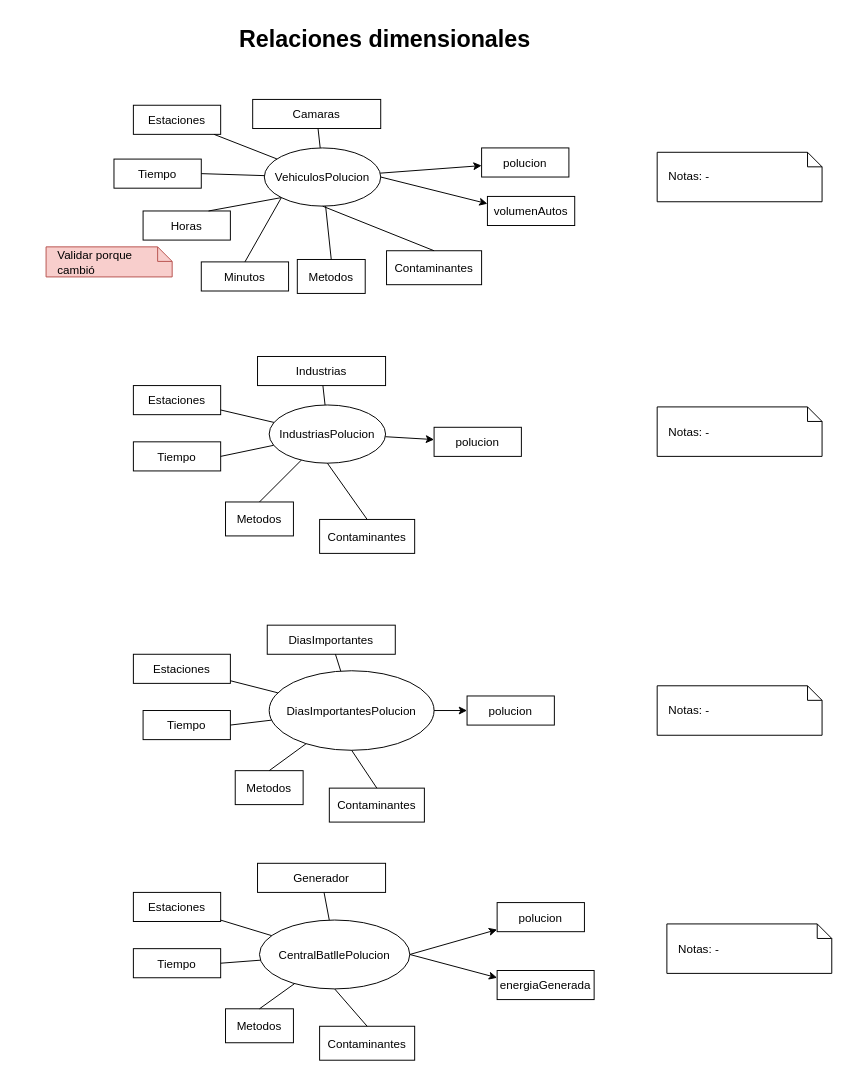
Before: 2. Diseño conceptual/Relaciones dimensionales.drawio.xml in gonzalomelov/dw-calidad-aire-docs, a draw.io diagram. Source tidied: cells renumbered, new cells numbered last; positions are measured from the earlier drawing's top-left corner, leaving out a move shared by most shapes. Both pictures are drawn from the tidied source at 97%, with x=0, y=0 at pixel (46, 16).
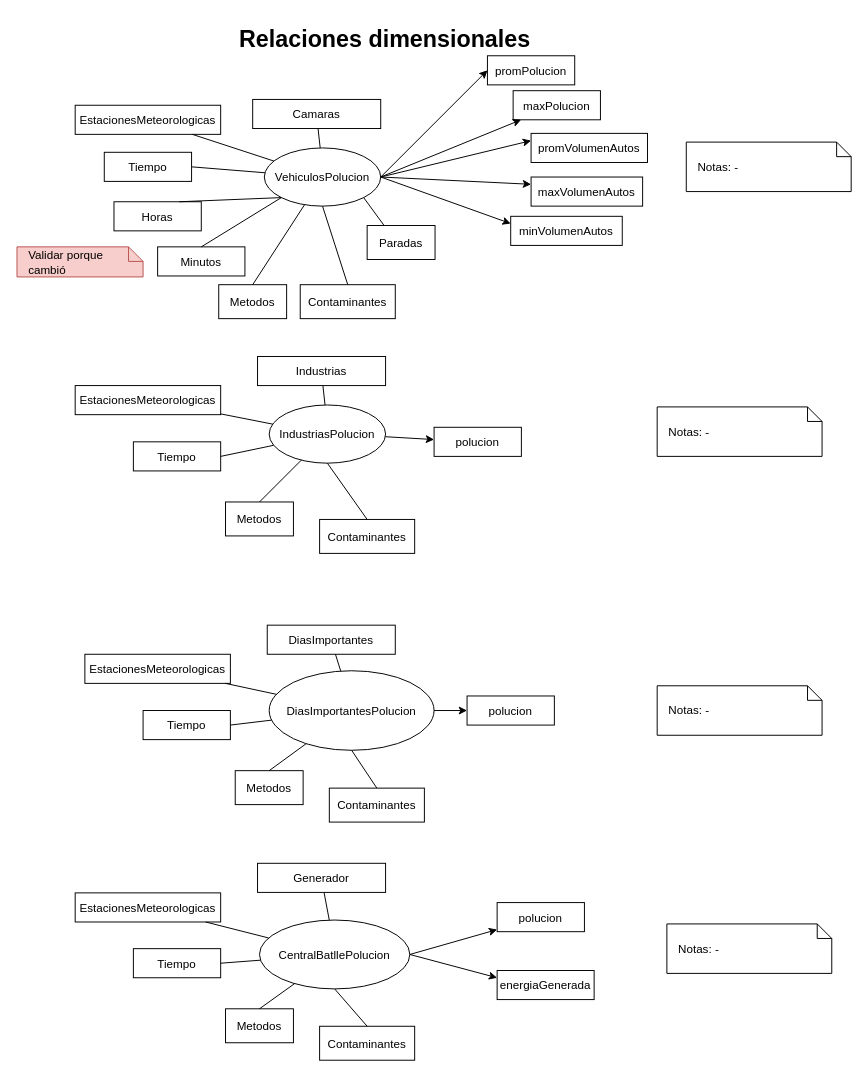
After the change.

The change refers to these unchanged cells:
```xml
<mxCell id="22" value="VehiculosPolucion" style="ellipse;" parent="1" vertex="1">
  <mxGeometry x="225" y="135" width="120" height="60" as="geometry" />
</mxCell>
```

What changed in the source:
```diff
@@
-    <mxCell id="3" value="Estaciones" parent="1" vertex="1">
-      <mxGeometry x="90" y="902.5" width="90" height="30" as="geometry" />
+    <mxCell id="3" value="EstacionesMeteorologicas" parent="1" vertex="1">
+      <mxGeometry x="30" y="903" width="150" height="30" as="geometry" />
     </mxCell>
@@
-    <mxCell id="18" value="Estaciones" parent="1" vertex="1">
-      <mxGeometry x="90" y="91" width="90" height="30" as="geometry" />
+    <mxCell id="18" value="EstacionesMeteorologicas" parent="1" vertex="1">
+      <mxGeometry x="30" y="91" width="150" height="30" as="geometry" />
     </mxCell>
     <mxCell id="19" value="Tiempo" parent="1" vertex="1">
-      <mxGeometry x="70" y="146.5" width="90" height="30" as="geometry" />
+      <mxGeometry x="60" y="139.5" width="90" height="30" as="geometry" />
     </mxCell>
     <mxCell id="20" value="Metodos" parent="1" vertex="1">
-      <mxGeometry x="259" y="250" width="70" height="35" as="geometry" />
+      <mxGeometry x="178" y="276" width="70" height="35" as="geometry" />
     </mxCell>
-    <mxCell id="21" value="polucion" parent="1" vertex="1">
-      <mxGeometry x="449" y="135" width="90" height="30" as="geometry" />
+    <mxCell id="21" value="maxPolucion" parent="1" vertex="1">
+      <mxGeometry x="481.5" y="76" width="90" height="30" as="geometry" />
     </mxCell>
@@
-    <mxCell id="27" style="edgeStyle=none;" parent="1" edge="1" source="22" target="21">
+    <mxCell id="27" style="edgeStyle=none;exitX=1;exitY=0.5;" parent="1" edge="1" source="22" target="21">
       <mxGeometry relative="1" as="geometry" />
     </mxCell>
     <mxCell id="28" value="Contaminantes" parent="1" vertex="1">
-      <mxGeometry x="351" y="241" width="98" height="35" as="geometry" />
+      <mxGeometry x="262" y="276" width="98" height="35" as="geometry" />
     </mxCell>
@@
     <mxCell id="30" value="&lt;div&gt;Notas: -&lt;/div&gt;" style="shape=note;size=15;align=left;spacingLeft=10;html=1;whiteSpace=wrap;" parent="1" vertex="1">
-      <mxGeometry x="630" y="139.5" width="170" height="51" as="geometry" />
+      <mxGeometry x="660" y="129" width="170" height="51" as="geometry" />
     </mxCell>
@@
-    <mxCell id="32" value="Estaciones" parent="1" vertex="1">
-      <mxGeometry x="90" y="657" width="100" height="30" as="geometry" />
+    <mxCell id="32" value="EstacionesMeteorologicas" parent="1" vertex="1">
+      <mxGeometry x="40" y="657" width="150" height="30" as="geometry" />
     </mxCell>
@@
-    <mxCell id="46" value="Estaciones" parent="1" vertex="1">
-      <mxGeometry x="90" y="380" width="90" height="30" as="geometry" />
+    <mxCell id="46" value="EstacionesMeteorologicas" parent="1" vertex="1">
+      <mxGeometry x="30" y="380" width="150" height="30" as="geometry" />
     </mxCell>
@@
     <mxCell id="59" value="&lt;div&gt;Validar porque cambió&lt;/div&gt;" style="shape=note;size=15;align=left;spacingLeft=10;html=1;whiteSpace=wrap;fillColor=#f8cecc;strokeColor=#b85450;" parent="1" vertex="1">
-      <mxGeometry y="237" width="130" height="31" as="geometry" />
+      <mxGeometry x="-30" y="237" width="130" height="31" as="geometry" />
     </mxCell>
     <mxCell id="60" value="Horas" parent="1" vertex="1">
-      <mxGeometry x="100" y="200" width="90" height="30" as="geometry" />
+      <mxGeometry x="70" y="190.5" width="90" height="30" as="geometry" />
     </mxCell>
     <mxCell id="61" value="Minutos" parent="1" vertex="1">
-      <mxGeometry x="160" y="252.5" width="90" height="30" as="geometry" />
+      <mxGeometry x="115" y="237" width="90" height="30" as="geometry" />
     </mxCell>
@@
-    <mxCell id="64" value="volumenAutos" parent="1" vertex="1">
-      <mxGeometry x="455" y="185" width="90" height="30" as="geometry" />
+    <mxCell id="64" value="promVolumenAutos" parent="1" vertex="1">
+      <mxGeometry x="500" y="120" width="120" height="30" as="geometry" />
     </mxCell>
@@
+    <mxCell id="68" value="Paradas" parent="1" vertex="1">
+      <mxGeometry x="331" y="215" width="70" height="35" as="geometry" />
+    </mxCell>
+    <mxCell id="69" style="edgeStyle=none;endArrow=none;entryX=0.25;entryY=0;exitX=1;exitY=1;" parent="1" edge="1" source="22" target="68">
+      <mxGeometry relative="1" as="geometry" />
+    </mxCell>
+    <mxCell id="70" value="maxVolumenAutos" parent="1" vertex="1">
+      <mxGeometry x="500" y="165" width="115" height="30" as="geometry" />
+    </mxCell>
+    <mxCell id="71" style="edgeStyle=none;entryX=0;entryY=0.25;exitX=1;exitY=0.5;" parent="1" edge="1" source="22" target="70">
+      <mxGeometry relative="1" as="geometry" />
+    </mxCell>
+    <mxCell id="72" value="minVolumenAutos" parent="1" vertex="1">
+      <mxGeometry x="479" y="205.5" width="115" height="30" as="geometry" />
+    </mxCell>
+    <mxCell id="73" style="edgeStyle=none;entryX=0;entryY=0.25;exitX=1;exitY=0.5;" parent="1" edge="1" source="22" target="72">
+      <mxGeometry relative="1" as="geometry" />
+    </mxCell>
+    <mxCell id="74" value="promPolucion" parent="1" vertex="1">
+      <mxGeometry x="455" y="40" width="90" height="30" as="geometry" />
+    </mxCell>
+    <mxCell id="75" style="edgeStyle=none;exitX=1;exitY=0.5;entryX=0;entryY=0.5;" parent="1" edge="1" source="22" target="74">
+      <mxGeometry relative="1" as="geometry" />
+    </mxCell>
```
